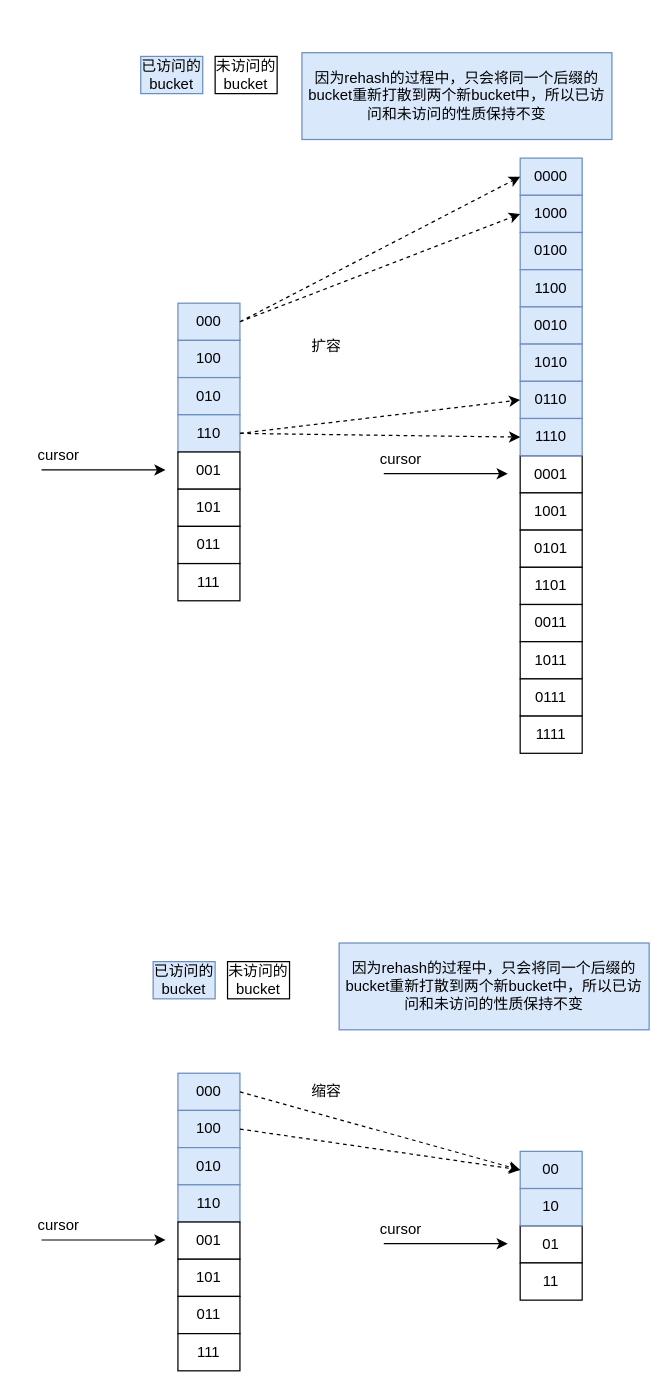
Before: redis-src.drawio in xhd2015/bog, a draw.io diagram. Source tidied: cells renumbered, new cells numbered last; positions are measured from the earlier drawing's top-left corner, leaving out a move shared by most shapes. Both pictures are drawn from the tidied source at 124%, with x=0, y=0 at pixel (21, 52).
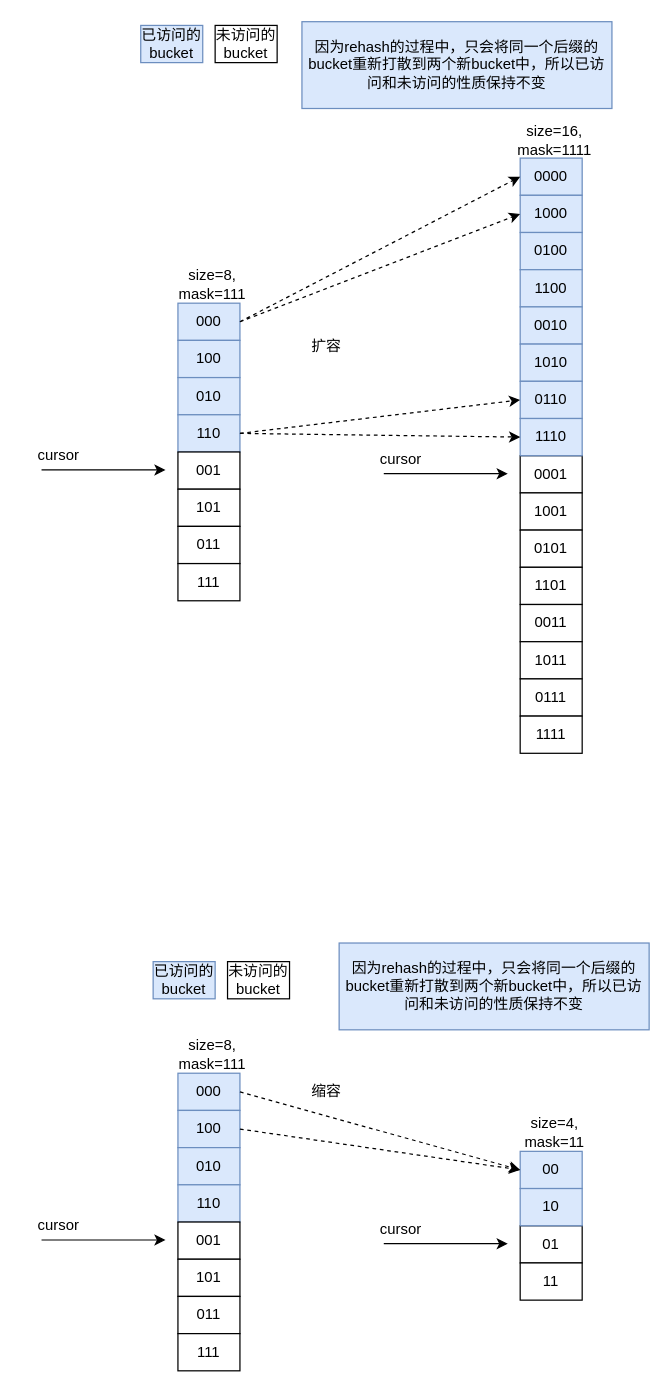
After the change.

Diff of the diagram source:
```diff
@@
     <mxCell id="12" value="已访问的bucket" style="rounded=0;whiteSpace=wrap;html=1;fillColor=#dae8fc;strokeColor=#6c8ebf;" parent="1" vertex="1">
-      <mxGeometry x="96" y="3" width="50" height="30" as="geometry" />
+      <mxGeometry x="96" y="-22" width="50" height="30" as="geometry" />
     </mxCell>
     <mxCell id="13" value="未访问的bucket" style="rounded=0;whiteSpace=wrap;html=1;" parent="1" vertex="1">
-      <mxGeometry x="156" y="3" width="50" height="30" as="geometry" />
+      <mxGeometry x="156" y="-22" width="50" height="30" as="geometry" />
     </mxCell>
@@
     <mxCell id="33" value="因为rehash的过程中，只会将同一个后缀的bucket重新打散到两个新bucket中，所以已访问和未访问的性质保持不变" style="text;html=1;strokeColor=#6c8ebf;fillColor=#dae8fc;align=center;verticalAlign=middle;whiteSpace=wrap;rounded=0;" parent="1" vertex="1">
-      <mxGeometry x="226" width="250" height="70" as="geometry" />
+      <mxGeometry x="226" y="-25" width="250" height="70" as="geometry" />
     </mxCell>
@@
+    <mxCell id="60" value="size=8, mask=111" style="text;html=1;strokeColor=none;fillColor=none;align=center;verticalAlign=middle;whiteSpace=wrap;rounded=0;" parent="1" vertex="1">
+      <mxGeometry x="124" y="172" width="60" height="30" as="geometry" />
+    </mxCell>
+    <mxCell id="61" value="size=16, mask=1111" style="text;html=1;strokeColor=none;fillColor=none;align=center;verticalAlign=middle;whiteSpace=wrap;rounded=0;" parent="1" vertex="1">
+      <mxGeometry x="400" y="56" width="60" height="30" as="geometry" />
+    </mxCell>
+    <mxCell id="62" value="size=8, mask=111" style="text;html=1;strokeColor=none;fillColor=none;align=center;verticalAlign=middle;whiteSpace=wrap;rounded=0;" parent="1" vertex="1">
+      <mxGeometry x="124" y="793" width="60" height="30" as="geometry" />
+    </mxCell>
+    <mxCell id="63" value="size=4, mask=11" style="text;html=1;strokeColor=none;fillColor=none;align=center;verticalAlign=middle;whiteSpace=wrap;rounded=0;" parent="1" vertex="1">
+      <mxGeometry x="400" y="856" width="60" height="30" as="geometry" />
+    </mxCell>
```
